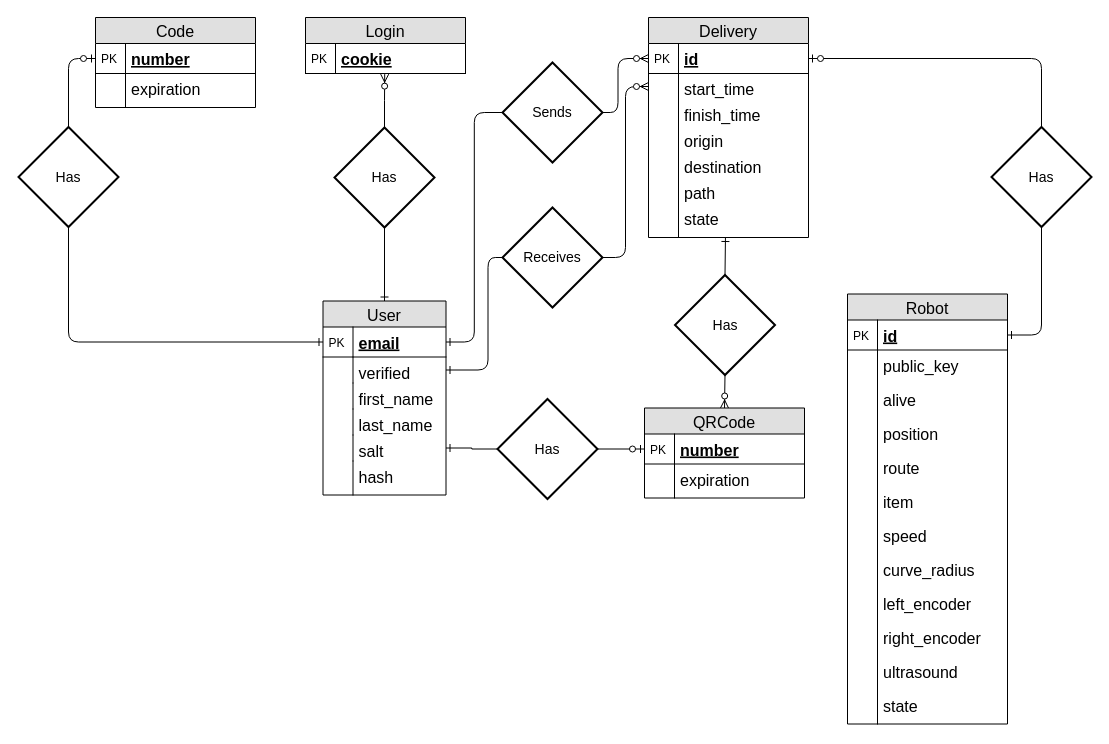
This is server/modeling/DB Model.drawio from developedby/DLVR, a draw.io file, before an edit. Source tidied: cells renumbered, new cells numbered last; positions are measured from the earlier drawing's top-left corner, leaving out a move shared by most shapes. Both pictures are drawn from the tidied source at 100%, with x=0, y=0 at pixel (18, 17).
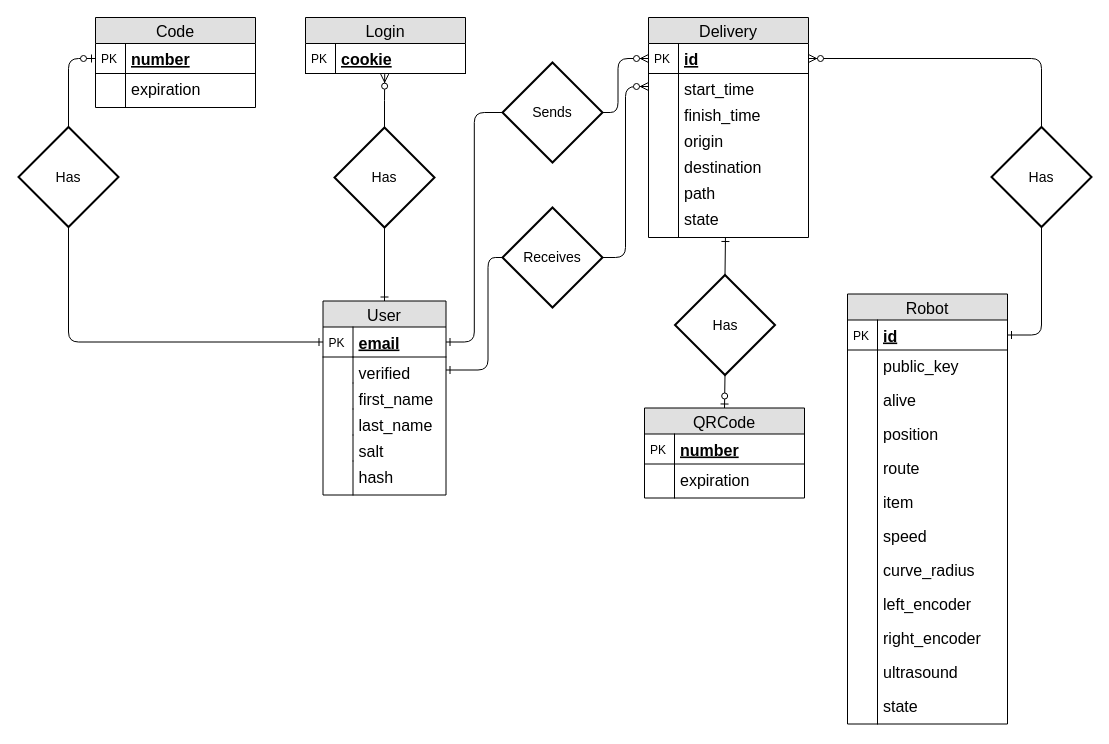
The same page after the edit.

Unchanged cells that the change refers to:
```xml
<mxCell id="11" value="Has" style="shape=rhombus;strokeWidth=2;fontSize=17;perimeter=rhombusPerimeter;whiteSpace=wrap;html=1;align=center;fontSize=14;" parent="1" vertex="1">
  <mxGeometry x="973" y="109.5" width="100" height="100" as="geometry" />
</mxCell>
<mxCell id="23" value="salt" style="shape=partialRectangle;top=0;left=0;right=0;bottom=0;align=left;verticalAlign=top;fillColor=none;spacingLeft=34;spacingRight=4;overflow=hidden;points=[[0,0.5],[1,0.5]];portConstraint=eastwest;fontSize=16;" parent="14" vertex="1">
  <mxGeometry y="134" width="123" height="26" as="geometry" />
</mxCell>
<mxCell id="58" value="id" style="shape=partialRectangle;top=0;left=0;right=0;bottom=1;align=left;verticalAlign=middle;fillColor=none;spacingLeft=34;spacingRight=4;overflow=hidden;points=[[0,0.5],[1,0.5]];portConstraint=eastwest;fontStyle=5;fontSize=16;" parent="57" vertex="1">
  <mxGeometry y="26" width="160" height="30" as="geometry" />
</mxCell>
<mxCell id="78" value="QRCode" style="swimlane;fontStyle=0;horizontal=1;startSize=26;fillColor=#e0e0e0;swimlaneFillColor=#ffffff;align=center;fontSize=16;" parent="1" vertex="1">
  <mxGeometry x="626" y="390.5" width="160" height="90" as="geometry" />
</mxCell>
<mxCell id="79" value="number" style="shape=partialRectangle;top=0;left=0;right=0;bottom=1;align=left;verticalAlign=middle;fillColor=none;spacingLeft=34;spacingRight=4;overflow=hidden;points=[[0,0.5],[1,0.5]];portConstraint=eastwest;fontStyle=5;fontSize=16;" parent="78" vertex="1">
  <mxGeometry y="26" width="160" height="30" as="geometry" />
</mxCell>
<mxCell id="85" value="Has" style="shape=rhombus;strokeWidth=2;fontSize=17;perimeter=rhombusPerimeter;whiteSpace=wrap;html=1;align=center;fontSize=14;" parent="1" vertex="1">
  <mxGeometry x="656.5" y="257.5" width="100" height="100" as="geometry" />
</mxCell>
```

Diff of the diagram source:
```diff
@@
-    <mxCell id="12" style="edgeStyle=orthogonalEdgeStyle;fontSize=12;html=1;endArrow=none;endFill=0;entryX=0.5;entryY=0;entryDx=0;entryDy=0;exitX=1;exitY=0.5;exitDx=0;exitDy=0;startArrow=ERzeroToOne;startFill=1;" parent="1" edge="1" source="58" target="11">
+    <mxCell id="12" style="edgeStyle=orthogonalEdgeStyle;fontSize=12;html=1;endArrow=none;endFill=0;entryX=0.5;entryY=0;entryDx=0;entryDy=0;exitX=1;exitY=0.5;exitDx=0;exitDy=0;startArrow=ERzeroToMany;startFill=1;" parent="1" edge="1" source="58" target="11">
       <mxGeometry relative="1" as="geometry" />
     </mxCell>
@@
-    <mxCell id="84" style="edgeStyle=orthogonalEdgeStyle;rounded=0;jettySize=auto;html=1;exitX=0.5;exitY=1;exitDx=0;exitDy=0;entryX=0.5;entryY=0;entryDx=0;entryDy=0;startArrow=none;startFill=0;endArrow=ERzeroToMany;endFill=1;" parent="1" edge="1" source="85" target="78">
+    <mxCell id="84" style="edgeStyle=orthogonalEdgeStyle;rounded=0;jettySize=auto;html=1;exitX=0.5;exitY=1;exitDx=0;exitDy=0;entryX=0.5;entryY=0;entryDx=0;entryDy=0;startArrow=none;startFill=0;endArrow=ERzeroToOne;endFill=1;" parent="1" edge="1" source="85" target="78">
       <mxGeometry relative="1" as="geometry" />
     </mxCell>
@@
-    <mxCell id="86" style="edgeStyle=orthogonalEdgeStyle;rounded=0;jettySize=auto;html=1;exitX=1;exitY=0.5;exitDx=0;exitDy=0;entryX=0;entryY=0.5;entryDx=0;entryDy=0;startArrow=none;startFill=0;endArrow=ERzeroToOne;endFill=1;" parent="1" edge="1" source="88" target="79">
-      <mxGeometry relative="1" as="geometry" />
-    </mxCell>
-    <mxCell id="87" style="edgeStyle=orthogonalEdgeStyle;rounded=0;jettySize=auto;html=1;exitX=0;exitY=0.5;exitDx=0;exitDy=0;entryX=1;entryY=0.5;entryDx=0;entryDy=0;startArrow=none;startFill=0;endArrow=ERone;endFill=0;" parent="1" edge="1" source="88" target="23">
-      <mxGeometry relative="1" as="geometry" />
-    </mxCell>
-    <mxCell id="88" value="Has" style="shape=rhombus;strokeWidth=2;fontSize=17;perimeter=rhombusPerimeter;whiteSpace=wrap;html=1;align=center;fontSize=14;" parent="1" vertex="1">
-      <mxGeometry x="479" y="381.5" width="100" height="100" as="geometry" />
-    </mxCell>
```
